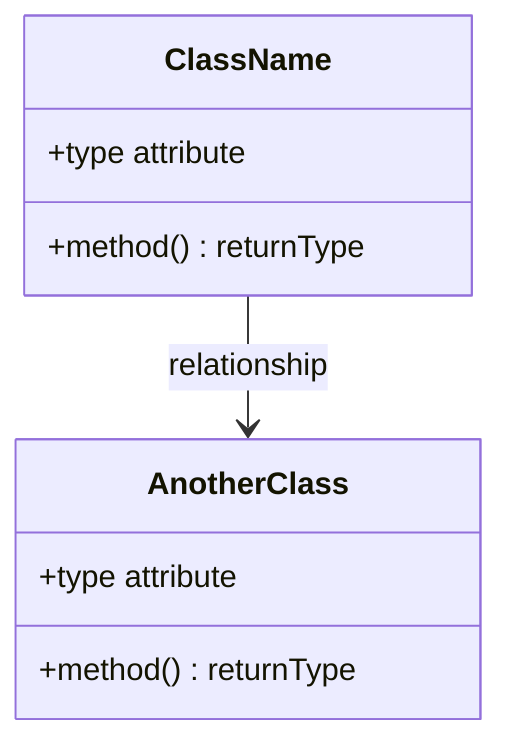
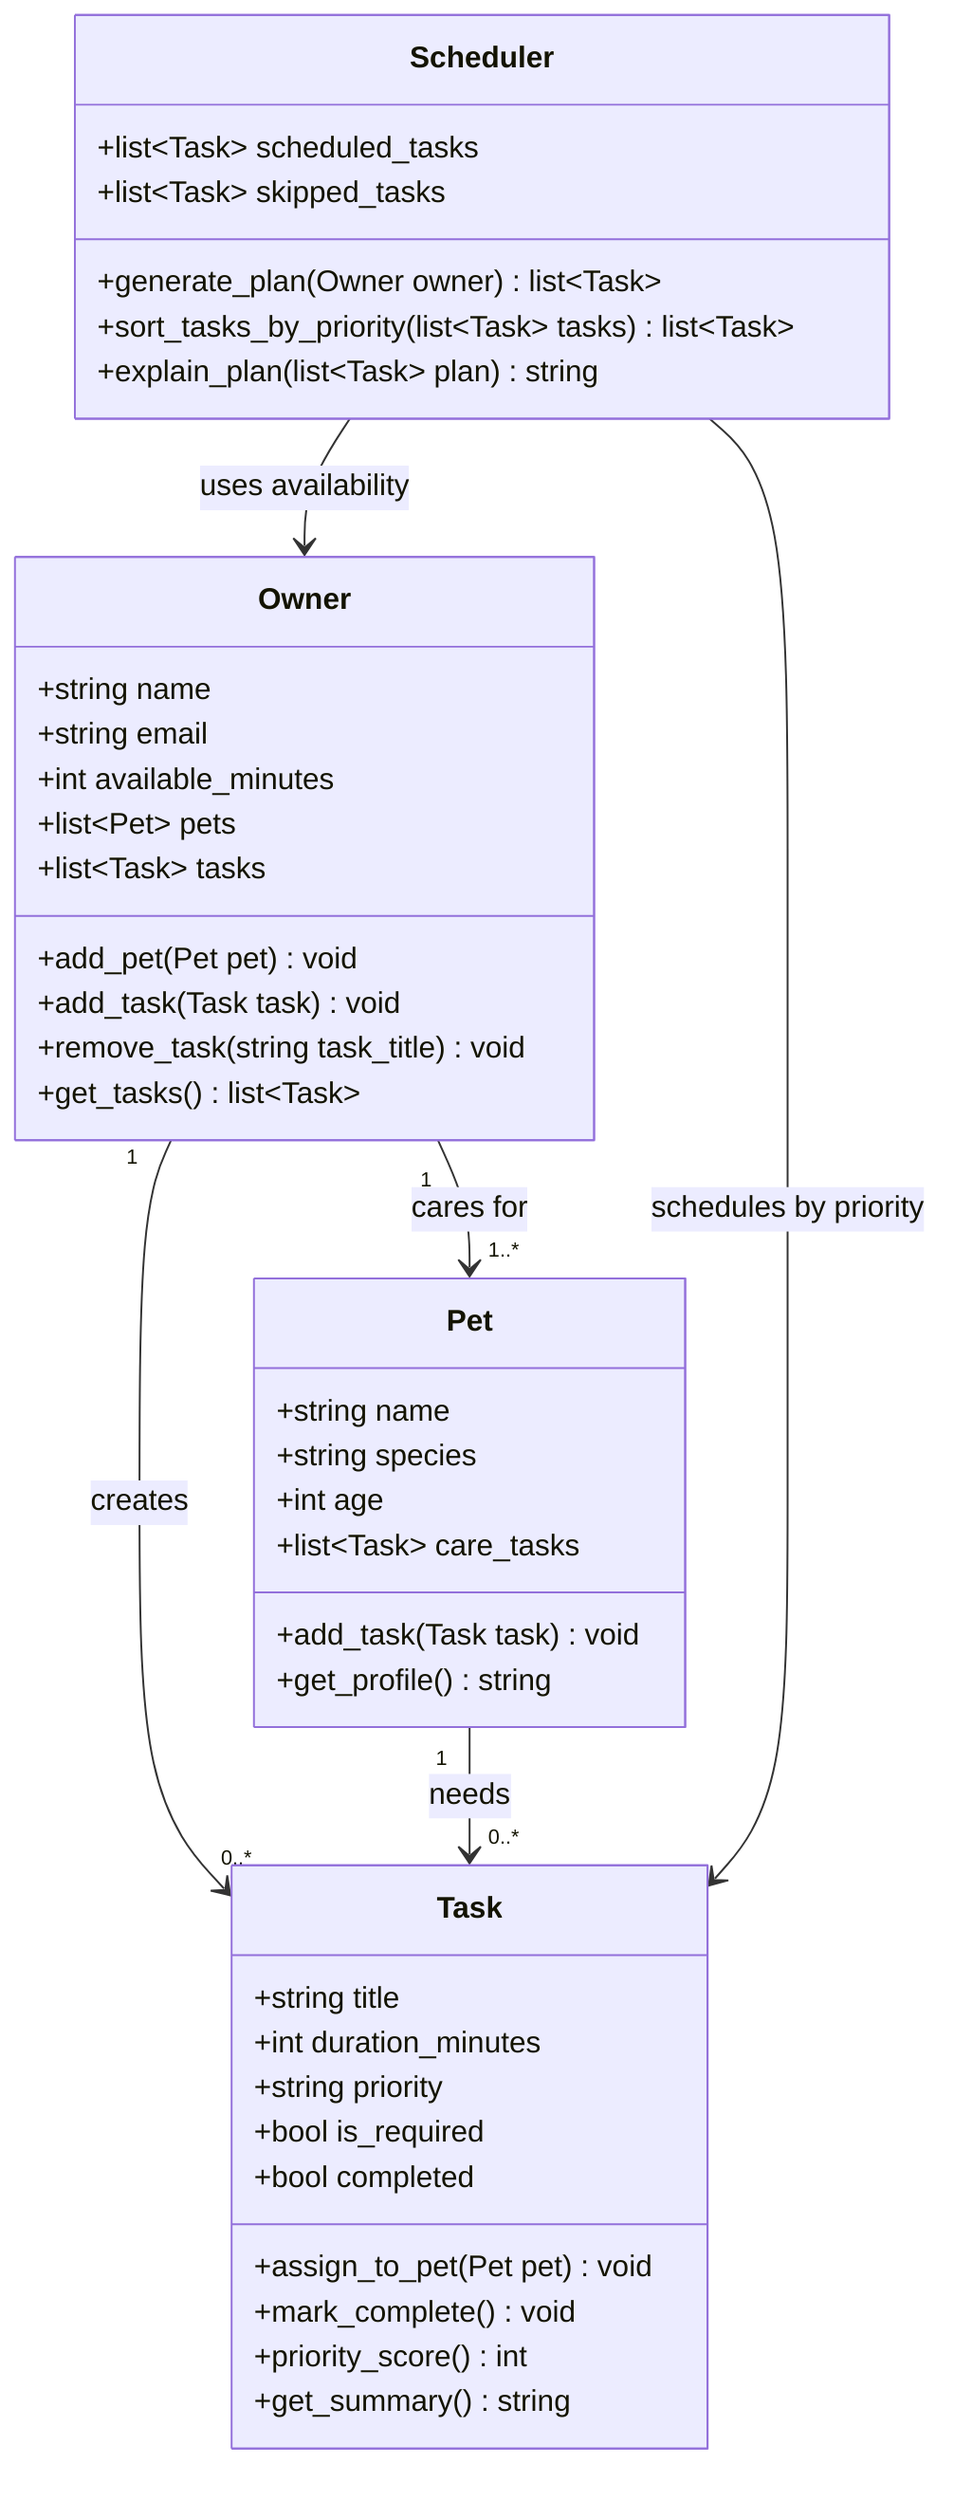
classDiagram
-     %% Replace the placeholders below with your actual classes, attributes, methods, and relationships.
-     %% Keep this file updated so it matches your final implementation.
+     %% PawPal+ class diagram
+     %% Updated design using four main classes:
+     %% Owner, Pet, Task, and Scheduler

-     class ClassName {
-         +type attribute
-         +method() returnType
+     class Owner {
+         +string name
+         +string email
+         +int available_minutes
+         +list~Pet~ pets
+         +list~Task~ tasks
+         +add_pet(Pet pet) void
+         +add_task(Task task) void
+         +remove_task(string task_title) void
+         +get_tasks() list~Task~
    }

-     class AnotherClass {
-         +type attribute
-         +method() returnType
+     class Pet {
+         +string name
+         +string species
+         +int age
+         +list~Task~ care_tasks
+         +add_task(Task task) void
+         +get_profile() string
    }

-     ClassName --> AnotherClass : relationship
+     class Task {
+         +string title
+         +int duration_minutes
+         +string priority
+         +bool is_required
+         +bool completed
+         +assign_to_pet(Pet pet) void
+         +mark_complete() void
+         +priority_score() int
+         +get_summary() string
+     }
+ 
+     class Scheduler {
+         +list~Task~ scheduled_tasks
+         +list~Task~ skipped_tasks
+         +generate_plan(Owner owner) list~Task~
+         +sort_tasks_by_priority(list~Task~ tasks) list~Task~
+         +explain_plan(list~Task~ plan) string
+     }
+ 
+     Owner "1" --> "1..*" Pet : cares for
+     Owner "1" --> "0..*" Task : creates
+     Pet "1" --> "0..*" Task : needs
+     Scheduler --> Owner : uses availability
+     Scheduler --> Task : schedules by priority
